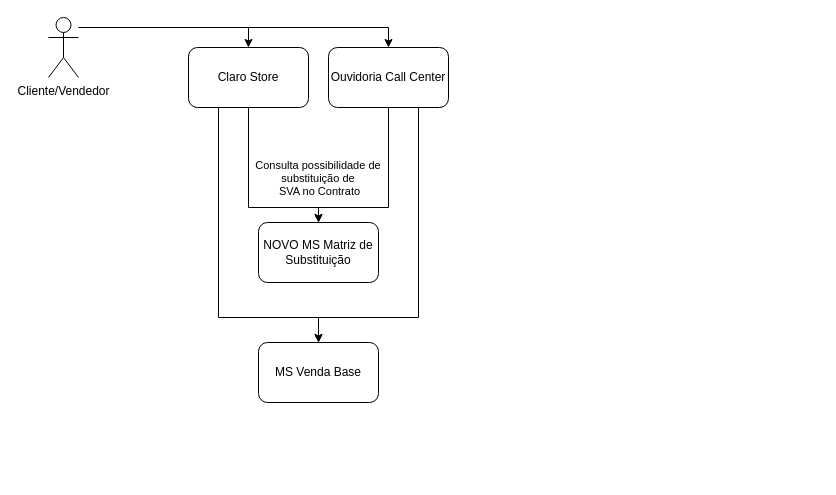
The draw.io diagram page "v4" (4 of 5) of 120815 – Bundle Flexíve.drawio in samirali/ClaroBrasil, before the edit. Source tidied: cells renumbered, new cells numbered last; positions are measured from the earlier drawing's top-left corner, leaving out a move shared by most shapes. Both pictures are drawn from the tidied source at 100%, with x=0, y=0 at pixel (48, 17).
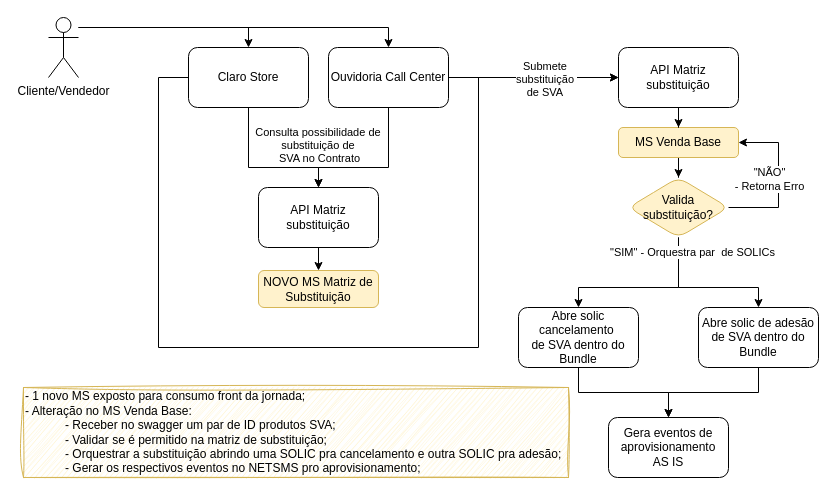
The same diagram, later.

The change refers to these unchanged cells:
```xml
<mxCell id="9" value="Claro Store" style="rounded=1;whiteSpace=wrap;html=1;" parent="1" vertex="1">
  <mxGeometry x="140" y="30" width="120" height="60" as="geometry" />
</mxCell>
<mxCell id="12" value="Ouvidoria Call Center" style="rounded=1;whiteSpace=wrap;html=1;" parent="1" vertex="1">
  <mxGeometry x="280" y="30" width="120" height="60" as="geometry" />
</mxCell>
```

The edit, as a diff of the source:
```diff
@@
+    <mxCell id="14" style="edgeStyle=orthogonalEdgeStyle;rounded=0;jettySize=auto;html=1;entryX=0.5;entryY=0;entryDx=0;entryDy=0;" parent="1" edge="1" source="25" target="20">
+      <mxGeometry relative="1" as="geometry">
+        <Array as="points">
+          <mxPoint x="630" y="270" />
+          <mxPoint x="710" y="270" />
+        </Array>
+      </mxGeometry>
+    </mxCell>
-    <mxCell id="2" value="NOVO MS Matriz de Substituição" style="rounded=1;whiteSpace=wrap;html=1;" parent="1" vertex="1">
-      <mxGeometry x="210" y="205" width="120" height="60" as="geometry" />
+    <mxCell id="2" value="NOVO MS Matriz de Substituição" style="rounded=1;whiteSpace=wrap;html=1;fillColor=#fff2cc;strokeColor=#d6b656;" parent="1" vertex="1">
+      <mxGeometry x="210" y="253" width="120" height="37" as="geometry" />
     </mxCell>
@@
-    <mxCell id="6" style="edgeStyle=orthogonalEdgeStyle;rounded=0;jettySize=auto;html=1;entryX=0.5;entryY=0;entryDx=0;entryDy=0;" parent="1" edge="1" source="9" target="2">
+    <mxCell id="6" style="edgeStyle=orthogonalEdgeStyle;rounded=0;jettySize=auto;html=1;entryX=0.5;entryY=0;entryDx=0;entryDy=0;" parent="1" edge="1" source="9" target="29">
       <mxGeometry relative="1" as="geometry">
         <Array as="points">
-          <mxPoint x="200" y="190" />
-          <mxPoint x="270" y="190" />
+          <mxPoint x="200" y="150" />
+          <mxPoint x="270" y="150" />
         </Array>
       </mxGeometry>
     </mxCell>
     <mxCell id="7" value="Consulta possibilidade&amp;nbsp;&lt;span style=&quot;background-color: light-dark(#ffffff, var(--ge-dark-color, #121212)); color: light-dark(rgb(0, 0, 0), rgb(255, 255, 255));&quot;&gt;de&amp;nbsp;&lt;/span&gt;&lt;div&gt;&lt;span style=&quot;background-color: light-dark(#ffffff, var(--ge-dark-color, #121212)); color: light-dark(rgb(0, 0, 0), rgb(255, 255, 255));&quot;&gt;substituição&amp;nbsp;&lt;/span&gt;&lt;span style=&quot;color: light-dark(rgb(0, 0, 0), rgb(255, 255, 255)); background-color: light-dark(#ffffff, var(--ge-dark-color, #121212));&quot;&gt;de&amp;nbsp;&lt;/span&gt;&lt;/div&gt;&lt;div&gt;&lt;span style=&quot;background-color: light-dark(#ffffff, var(--ge-dark-color, #121212)); color: light-dark(rgb(0, 0, 0), rgb(255, 255, 255));&quot;&gt;SVA no Contrato&lt;/span&gt;&lt;/div&gt;" style="edgeLabel;html=1;align=center;verticalAlign=middle;" parent="6" vertex="1">
       <mxGeometry x="-0.8" y="-1" relative="1" as="geometry">
-        <mxPoint x="71" y="52" as="offset" />
+        <mxPoint x="71" y="22" as="offset" />
       </mxGeometry>
     </mxCell>
-    <mxCell id="8" style="edgeStyle=orthogonalEdgeStyle;rounded=0;jettySize=auto;html=1;" parent="1" edge="1" source="9" target="13">
+    <mxCell id="8" style="edgeStyle=orthogonalEdgeStyle;rounded=0;jettySize=auto;html=1;entryX=0;entryY=0.5;entryDx=0;entryDy=0;" parent="1" edge="1" source="9" target="31">
       <mxGeometry relative="1" as="geometry">
         <Array as="points">
-          <mxPoint x="170" y="300" />
-          <mxPoint x="270" y="300" />
+          <mxPoint x="110" y="60" />
+          <mxPoint x="110" y="330" />
+          <mxPoint x="430" y="330" />
+          <mxPoint x="430" y="60" />
+          <mxPoint x="440" y="60" />
         </Array>
       </mxGeometry>
     </mxCell>
@@
-    <mxCell id="10" style="edgeStyle=orthogonalEdgeStyle;rounded=0;jettySize=auto;html=1;entryX=0.5;entryY=0;entryDx=0;entryDy=0;" parent="1" edge="1" source="12" target="2">
+    <mxCell id="10" style="edgeStyle=orthogonalEdgeStyle;rounded=0;jettySize=auto;html=1;entryX=0.5;entryY=0;entryDx=0;entryDy=0;" parent="1" edge="1" source="12" target="29">
       <mxGeometry relative="1" as="geometry">
         <Array as="points">
-          <mxPoint x="340" y="190" />
-          <mxPoint x="270" y="190" />
+          <mxPoint x="340" y="150" />
+          <mxPoint x="270" y="150" />
         </Array>
       </mxGeometry>
     </mxCell>
-    <mxCell id="11" style="edgeStyle=orthogonalEdgeStyle;rounded=0;jettySize=auto;html=1;entryX=0.5;entryY=0;entryDx=0;entryDy=0;" parent="1" edge="1" source="12" target="13">
-      <mxGeometry relative="1" as="geometry">
-        <Array as="points">
-          <mxPoint x="370" y="300" />
-          <mxPoint x="270" y="300" />
-        </Array>
-      </mxGeometry>
+    <mxCell id="11" style="edgeStyle=orthogonalEdgeStyle;rounded=0;jettySize=auto;html=1;entryX=0;entryY=0.5;entryDx=0;entryDy=0;" parent="1" edge="1" source="12" target="31">
+      <mxGeometry relative="1" as="geometry" />
     </mxCell>
@@
+    <mxCell id="15" style="edgeStyle=orthogonalEdgeStyle;rounded=0;jettySize=auto;html=1;entryX=0.5;entryY=0;entryDx=0;entryDy=0;" parent="1" edge="1" source="13" target="25">
+      <mxGeometry relative="1" as="geometry" />
+    </mxCell>
-    <mxCell id="13" value="MS Venda Base" style="rounded=1;whiteSpace=wrap;html=1;" parent="1" vertex="1">
-      <mxGeometry x="210" y="325" width="120" height="60" as="geometry" />
+    <mxCell id="13" value="MS Venda Base" style="rounded=1;whiteSpace=wrap;html=1;fillColor=#fff2cc;strokeColor=#d6b656;" parent="1" vertex="1">
+      <mxGeometry x="570" y="110" width="120" height="30" as="geometry" />
     </mxCell>
+    <mxCell id="16" value="Submete&amp;nbsp;&lt;div&gt;substituição&amp;nbsp;&lt;/div&gt;&lt;div&gt;de SVA&amp;nbsp;&lt;/div&gt;" style="edgeLabel;html=1;align=center;verticalAlign=middle;" parent="1" vertex="1">
+      <mxGeometry x="530" y="50" as="geometry">
+        <mxPoint x="-33" y="11" as="offset" />
+      </mxGeometry>
+    </mxCell>
+    <mxCell id="17" style="edgeStyle=orthogonalEdgeStyle;rounded=0;jettySize=auto;html=1;entryX=0.5;entryY=0;entryDx=0;entryDy=0;" parent="1" edge="1" source="18" target="26">
+      <mxGeometry relative="1" as="geometry" />
+    </mxCell>
+    <mxCell id="18" value="Abre solic cancelamento&amp;nbsp;&lt;div&gt;de SVA dentro do Bundle&lt;/div&gt;" style="rounded=1;whiteSpace=wrap;html=1;" parent="1" vertex="1">
+      <mxGeometry x="470" y="290" width="120" height="60" as="geometry" />
+    </mxCell>
+    <mxCell id="19" style="edgeStyle=orthogonalEdgeStyle;rounded=0;jettySize=auto;html=1;" parent="1" edge="1" source="20" target="26">
+      <mxGeometry relative="1" as="geometry" />
+    </mxCell>
+    <mxCell id="20" value="Abre solic de adesão de SVA dentro do Bundle" style="whiteSpace=wrap;html=1;rounded=1;" parent="1" vertex="1">
+      <mxGeometry x="650" y="290" width="120" height="60" as="geometry" />
+    </mxCell>
+    <mxCell id="21" style="edgeStyle=orthogonalEdgeStyle;rounded=0;jettySize=auto;html=1;entryX=0.5;entryY=0;entryDx=0;entryDy=0;exitX=0.5;exitY=1;exitDx=0;exitDy=0;" parent="1" edge="1" source="25" target="18">
+      <mxGeometry relative="1" as="geometry">
+        <Array as="points">
+          <mxPoint x="630" y="270" />
+          <mxPoint x="530" y="270" />
+        </Array>
+      </mxGeometry>
+    </mxCell>
+    <mxCell id="22" value="&quot;SIM&quot;&amp;nbsp;&lt;span style=&quot;background-color: light-dark(#ffffff, var(--ge-dark-color, #121212)); color: light-dark(rgb(0, 0, 0), rgb(255, 255, 255));&quot;&gt;- Orquestra par&amp;nbsp;&amp;nbsp;&lt;/span&gt;&lt;span style=&quot;background-color: light-dark(#ffffff, var(--ge-dark-color, #121212)); color: light-dark(rgb(0, 0, 0), rgb(255, 255, 255));&quot;&gt;de SOLICs&lt;/span&gt;" style="edgeLabel;html=1;align=center;verticalAlign=middle;" parent="21" vertex="1">
+      <mxGeometry x="-0.6" y="3" relative="1" as="geometry">
+        <mxPoint x="10" y="-20" as="offset" />
+      </mxGeometry>
+    </mxCell>
+    <mxCell id="23" style="edgeStyle=orthogonalEdgeStyle;rounded=0;jettySize=auto;html=1;exitX=1;exitY=0.5;exitDx=0;exitDy=0;entryX=1;entryY=0.5;entryDx=0;entryDy=0;" parent="1" edge="1" source="25" target="13">
+      <mxGeometry relative="1" as="geometry">
+        <Array as="points">
+          <mxPoint x="730" y="190" />
+          <mxPoint x="730" y="125" />
+        </Array>
+      </mxGeometry>
+    </mxCell>
+    <mxCell id="24" value="&quot;NÃO&quot;&lt;div&gt;- Retorna Erro&lt;/div&gt;" style="edgeLabel;html=1;align=center;verticalAlign=middle;" parent="23" vertex="1">
+      <mxGeometry x="0.01" y="-3" relative="1" as="geometry">
+        <mxPoint x="-13" y="-1" as="offset" />
+      </mxGeometry>
+    </mxCell>
+    <mxCell id="25" value="Valida substituição?" style="rhombus;whiteSpace=wrap;html=1;rounded=1;fillColor=#fff2cc;strokeColor=#d6b656;" parent="1" vertex="1">
+      <mxGeometry x="580" y="160" width="100" height="60" as="geometry" />
+    </mxCell>
+    <mxCell id="26" value="Gera eventos de aprovisionamento&lt;div&gt;AS IS&lt;/div&gt;" style="whiteSpace=wrap;html=1;rounded=1;" parent="1" vertex="1">
+      <mxGeometry x="560" y="400" width="120" height="60" as="geometry" />
+    </mxCell>
+    <mxCell id="27" value="&lt;span style=&quot;background-color: transparent; color: light-dark(rgb(0, 0, 0), rgb(255, 255, 255));&quot;&gt;- 1 novo MS exposto para consumo front da jornada;&lt;/span&gt;&lt;br&gt;&lt;div&gt;- Alteração no MS Venda Base:&lt;/div&gt;&lt;blockquote style=&quot;margin: 0 0 0 40px; border: none; padding: 0px;&quot;&gt;&lt;div&gt;- Receber no swagger um par de ID produtos SVA;&lt;/div&gt;&lt;div&gt;- Validar se é permitido na matriz de substituição;&lt;/div&gt;&lt;div&gt;-&amp;nbsp;Orquestrar a substituição abrindo uma SOLIC pra cancelamento e outra SOLIC pra adesão;&lt;/div&gt;&lt;div&gt;- Gerar os respectivos eventos no NETSMS pro aprovisionamento;&lt;/div&gt;&lt;/blockquote&gt;" style="text;html=1;align=left;verticalAlign=middle;whiteSpace=wrap;rounded=0;strokeColor=#d6b656;sketch=1;curveFitting=1;jiggle=2;fillColor=#fff2cc;" parent="1" vertex="1">
+      <mxGeometry x="-25" y="370" width="545" height="90" as="geometry" />
+    </mxCell>
+    <mxCell id="28" style="edgeStyle=orthogonalEdgeStyle;rounded=0;jettySize=auto;html=1;" parent="1" edge="1" source="29" target="2">
+      <mxGeometry relative="1" as="geometry" />
+    </mxCell>
+    <mxCell id="29" value="API Matriz substituição" style="rounded=1;whiteSpace=wrap;html=1;fillColor=#FFFFFF;strokeColor=default;" parent="1" vertex="1">
+      <mxGeometry x="210" y="170" width="120" height="60" as="geometry" />
+    </mxCell>
+    <mxCell id="30" style="edgeStyle=orthogonalEdgeStyle;rounded=0;jettySize=auto;html=1;" parent="1" edge="1" source="31" target="13">
+      <mxGeometry relative="1" as="geometry" />
+    </mxCell>
+    <mxCell id="31" value="API Matriz substituição" style="rounded=1;whiteSpace=wrap;html=1;fillColor=#FFFFFF;strokeColor=default;" parent="1" vertex="1">
+      <mxGeometry x="570" y="30" width="120" height="60" as="geometry" />
+    </mxCell>
```
